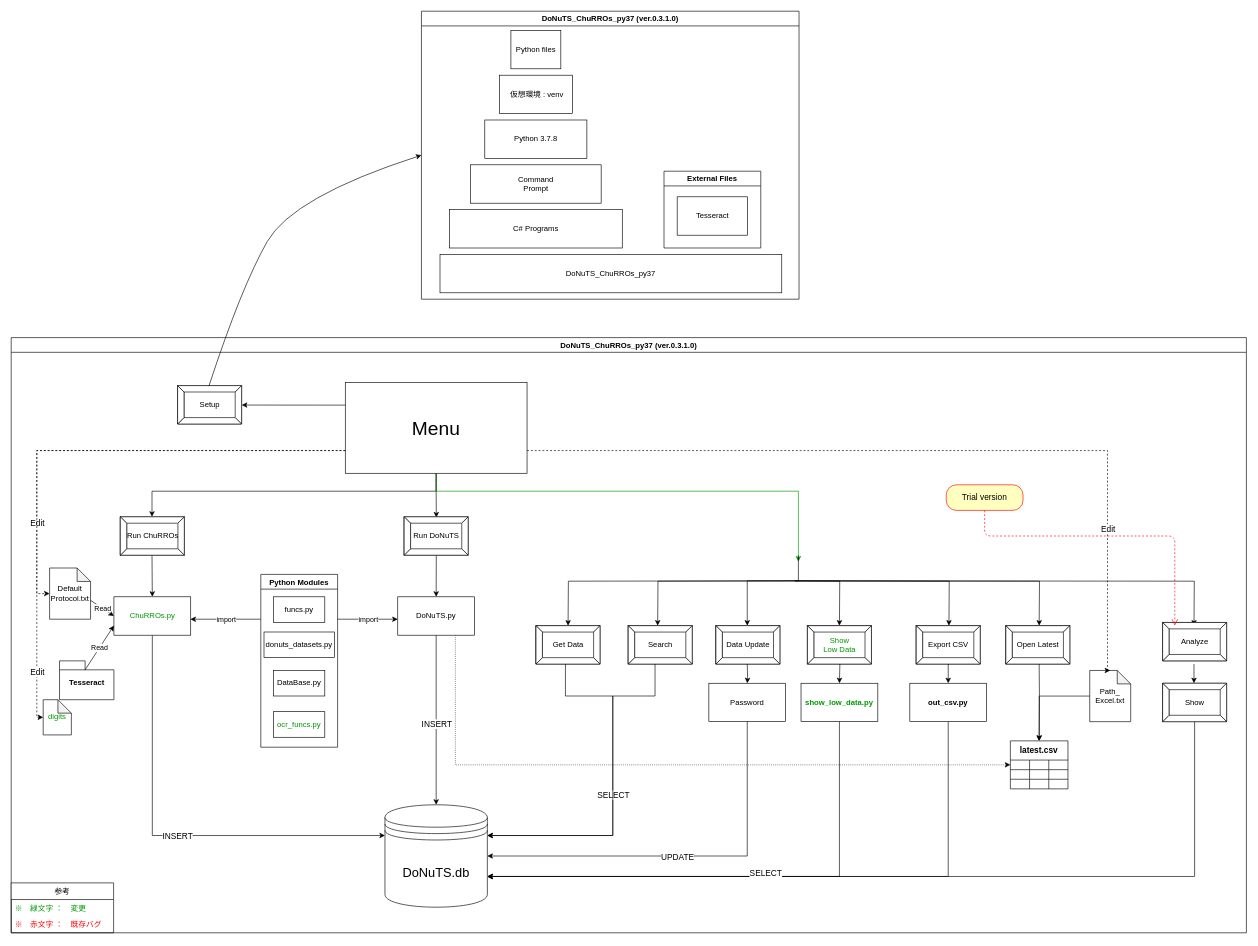
MASAKI-Matsumoto-U/drawIO keeps this draw.io diagram as DoNuTS_with_ChuRROs.drawio. Above is the earlier version. Source tidied: cells renumbered, new cells numbered last; positions are measured from the earlier drawing's top-left corner, leaving out a move shared by most shapes. Both pictures are drawn from the tidied source at 64%, with x=0, y=0 at pixel (11, 11).
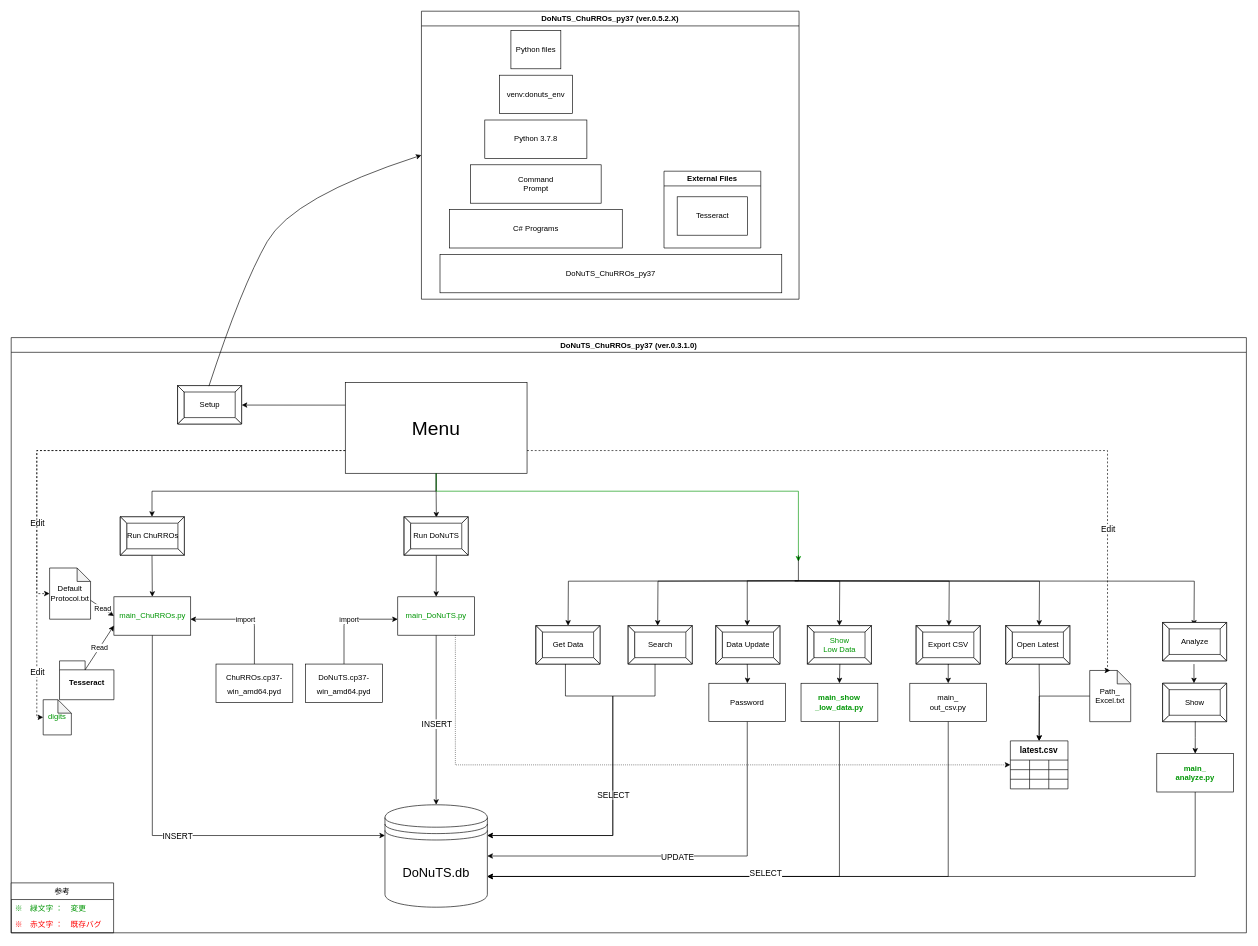
The same diagram, later.

Unchanged cells that the change refers to:
```xml
<mxCell id="17" value="&lt;font style=&quot;font-size: 20px&quot;&gt;DoNuTS.db&lt;/font&gt;" style="shape=datastore;whiteSpace=wrap;html=1;" parent="1" vertex="1">
  <mxGeometry x="584" y="1240" width="160" height="160" as="geometry" />
</mxCell>
<mxCell id="62" value="DoNuTS_ChuRROs_py37 (ver.0.3.1.0)" style="swimlane;" parent="1" vertex="1">
  <mxGeometry y="510" width="1930" height="930" as="geometry" />
</mxCell>
<mxCell id="82" value="Analyze" style="labelPosition=center;verticalLabelPosition=middle;align=center;html=1;shape=mxgraph.basic.button;dx=10;" parent="62" vertex="1">
  <mxGeometry x="1799.1" y="445.1" width="100" height="60" as="geometry" />
</mxCell>
<mxCell id="85" value="&lt;span&gt;Show&lt;/span&gt;" style="labelPosition=center;verticalLabelPosition=middle;align=center;html=1;shape=mxgraph.basic.button;dx=10;" parent="62" vertex="1">
  <mxGeometry x="1799.1" y="540.1" width="100" height="60" as="geometry" />
</mxCell>
<mxCell id="95" style="group;" parent="94" vertex="1">
  <mxGeometry x="29" y="30" width="534" height="410" as="geometry" />
</mxCell>
```

What changed in the source:
```diff
@@
-    <mxCell id="5" value="Python Modules" style="swimlane;" parent="1" vertex="1">
-      <mxGeometry x="390" y="880" width="120" height="270" as="geometry" />
-    </mxCell>
-    <mxCell id="6" value="funcs.py" style="rounded=0;whiteSpace=wrap;html=1;" parent="5" vertex="1">
-      <mxGeometry x="20" y="35" width="80" height="40" as="geometry" />
-    </mxCell>
-    <mxCell id="7" value="donuts_datasets.py" style="rounded=0;whiteSpace=wrap;html=1;" parent="5" vertex="1">
-      <mxGeometry x="5" y="90" width="110" height="40" as="geometry" />
-    </mxCell>
-    <mxCell id="8" value="DataBase.py" style="rounded=0;whiteSpace=wrap;html=1;" parent="5" vertex="1">
-      <mxGeometry x="20" y="150" width="80" height="40" as="geometry" />
-    </mxCell>
-    <mxCell id="9" value="&lt;font color=&quot;#009605&quot;&gt;ocr_funcs.py&lt;/font&gt;" style="rounded=0;whiteSpace=wrap;html=1;" parent="5" vertex="1">
-      <mxGeometry x="20" y="214.5" width="80" height="40" as="geometry" />
-    </mxCell>
-    <mxCell id="10" style="endArrow=classic;html=1;entryX=1;entryY=0.5;entryDx=0;entryDy=0;" parent="1" edge="1">
+    <mxCell id="10" style="endArrow=classic;html=1;entryX=1;entryY=0.5;entryDx=0;entryDy=0;exitX=0.5;exitY=0;exitDx=0;exitDy=0;" parent="1" edge="1" source="109">
       <mxGeometry relative="1" as="geometry">
-        <mxPoint x="390" y="950" as="sourcePoint" />
         <mxPoint x="280" y="950" as="targetPoint" />
+        <Array as="points">
+          <mxPoint x="380" y="950" />
+        </Array>
       </mxGeometry>
     </mxCell>
@@
     <mxCell id="12" style="endArrow=classic;html=1;entryX=0;entryY=0.5;entryDx=0;entryDy=0;" parent="1" edge="1">
       <mxGeometry relative="1" as="geometry">
-        <mxPoint x="510" y="950" as="sourcePoint" />
+        <mxPoint x="520" y="1020" as="sourcePoint" />
         <mxPoint x="604" y="950" as="targetPoint" />
+        <Array as="points">
+          <mxPoint x="520" y="950" />
+        </Array>
       </mxGeometry>
     </mxCell>
@@
-    <mxCell id="56" style="edgeStyle=orthogonalEdgeStyle;rounded=0;jettySize=auto;html=1;exitX=0.5;exitY=1;exitDx=0;exitDy=0;entryX=1;entryY=0.7;entryDx=0;entryDy=0;startArrow=none;" parent="1" edge="1" source="85" target="17">
+    <mxCell id="56" style="edgeStyle=orthogonalEdgeStyle;rounded=0;jettySize=auto;html=1;exitX=0.5;exitY=1;exitDx=0;exitDy=0;entryX=1;entryY=0.7;entryDx=0;entryDy=0;startArrow=none;" parent="1" edge="1" source="110" target="17">
       <mxGeometry relative="1" as="geometry" />
     </mxCell>
@@
-    <mxCell id="63" value="&lt;font color=&quot;#009605&quot;&gt;ChuRROs.py&lt;/font&gt;" style="rounded=0;whiteSpace=wrap;html=1;" parent="62" vertex="1">
+    <mxCell id="63" value="&lt;font color=&quot;#009605&quot;&gt;main_ChuRROs.py&lt;/font&gt;" style="rounded=0;whiteSpace=wrap;html=1;" parent="62" vertex="1">
       <mxGeometry x="160.5" y="405" width="120" height="60" as="geometry" />
     </mxCell>
@@
-    <mxCell id="70" value="DoNuTS.py" style="rounded=0;whiteSpace=wrap;html=1;" parent="62" vertex="1">
+    <mxCell id="70" value="&lt;font color=&quot;#009605&quot;&gt;main_DoNuTS.py&lt;/font&gt;" style="rounded=0;whiteSpace=wrap;html=1;" parent="62" vertex="1">
       <mxGeometry x="604" y="405" width="120" height="60" as="geometry" />
     </mxCell>
-    <mxCell id="71" value="&lt;span style=&quot;font-weight: 700&quot;&gt;&lt;font color=&quot;#009605&quot;&gt;show_low_data.py&lt;/font&gt;&lt;/span&gt;" style="rounded=0;whiteSpace=wrap;html=1;" parent="62" vertex="1">
+    <mxCell id="71" value="&lt;span style=&quot;font-weight: 700&quot;&gt;&lt;font color=&quot;#009605&quot;&gt;main_show&lt;br&gt;_low_data.py&lt;/font&gt;&lt;/span&gt;" style="rounded=0;whiteSpace=wrap;html=1;" parent="62" vertex="1">
       <mxGeometry x="1234.1" y="540.1" width="120" height="60" as="geometry" />
     </mxCell>
-    <mxCell id="72" value="&lt;span style=&quot;font-weight: 700&quot;&gt;out_csv.py&lt;/span&gt;" style="rounded=0;whiteSpace=wrap;html=1;" parent="62" vertex="1">
+    <mxCell id="72" value="main_&lt;br&gt;out_csv.py" style="rounded=0;whiteSpace=wrap;html=1;" parent="62" vertex="1">
       <mxGeometry x="1404.1" y="540.1" width="120" height="60" as="geometry" />
     </mxCell>
@@
-    <mxCell id="83" value="Trial version" style="rounded=1;whiteSpace=wrap;html=1;arcSize=40;fontColor=#000000;fillColor=#ffffc0;strokeColor=#ff0000;fontSize=13;" parent="62" vertex="1">
-      <mxGeometry x="1461" y="230" width="120" height="40" as="geometry" />
-    </mxCell>
-    <mxCell id="84" style="edgeStyle=orthogonalEdgeStyle;html=1;verticalAlign=bottom;endArrow=open;endSize=8;strokeColor=#ff0000;dashed=1;fontSize=13;exitX=0.5;exitY=1;exitDx=0;exitDy=0;entryX=0.19;entryY=0.083;entryDx=0;entryDy=0;entryPerimeter=0;" parent="62" edge="1" source="83" target="82">
-      <mxGeometry relative="1" as="geometry">
-        <Array as="points">
-          <mxPoint x="1521" y="310" />
-          <mxPoint x="1818" y="310" />
-        </Array>
-      </mxGeometry>
-    </mxCell>
@@
+    <mxCell id="108" value="&lt;h2 id=&quot;blob-path&quot; class=&quot;breadcrumb flex-auto flex-self-center min-width-0 text-normal mx-2 width-full width-md-auto flex-order-1 flex-md-order-none mt-3 mt-md-0&quot;&gt;&lt;span class=&quot;final-path&quot; style=&quot;font-weight: normal&quot;&gt;&lt;font style=&quot;font-size: 12px&quot;&gt;DoNuTS.cp37-win_amd64.pyd&lt;/font&gt;&lt;/span&gt;&lt;/h2&gt;" style="rounded=0;whiteSpace=wrap;html=1;" parent="62" vertex="1">
+      <mxGeometry x="460" y="510.1" width="120" height="60" as="geometry" />
+    </mxCell>
+    <mxCell id="109" value="&lt;h2 id=&quot;blob-path&quot; class=&quot;breadcrumb flex-auto flex-self-center min-width-0 text-normal mx-2 width-full width-md-auto flex-order-1 flex-md-order-none mt-3 mt-md-0&quot;&gt;&lt;span class=&quot;final-path&quot; style=&quot;font-weight: normal&quot;&gt;&lt;font style=&quot;font-size: 12px&quot;&gt;ChuRROs.cp37-win_amd64.pyd&lt;/font&gt;&lt;/span&gt;&lt;/h2&gt;" style="rounded=0;whiteSpace=wrap;html=1;" parent="62" vertex="1">
+      <mxGeometry x="320" y="510.1" width="120" height="60" as="geometry" />
+    </mxCell>
@@
-    <mxCell id="94" value="DoNuTS_ChuRROs_py37 (ver.0.3.1.0)" style="swimlane;" parent="1" vertex="1">
+    <mxCell id="94" value="DoNuTS_ChuRROs_py37 (ver.0.5.2.X)" style="swimlane;" parent="1" vertex="1">
       <mxGeometry x="641" width="590" height="450" as="geometry" />
     </mxCell>
@@
-    <mxCell id="97" value="&amp;nbsp;仮想環境 : venv" style="rounded=0;whiteSpace=wrap;html=1;" parent="95" vertex="1">
+    <mxCell id="97" value="venv:donuts_env" style="rounded=0;whiteSpace=wrap;html=1;" parent="95" vertex="1">
       <mxGeometry x="92.8" y="70" width="114" height="60" as="geometry" />
     </mxCell>
@@
+    <mxCell id="110" value="&lt;font color=&quot;#009605&quot;&gt;&lt;b&gt;main_&lt;br&gt;analyze.py&lt;/b&gt;&lt;/font&gt;" style="rounded=0;whiteSpace=wrap;html=1;" parent="1" vertex="1">
+      <mxGeometry x="1790" y="1160" width="120" height="60" as="geometry" />
+    </mxCell>
+    <mxCell id="111" style="edgeStyle=orthogonalEdgeStyle;rounded=0;jettySize=auto;html=1;exitX=0.51;exitY=0.989;exitDx=0;exitDy=0;entryX=0.5;entryY=0;entryDx=0;entryDy=0;exitPerimeter=0;" parent="1" edge="1" source="85" target="110">
+      <mxGeometry relative="1" as="geometry" />
+    </mxCell>
```
